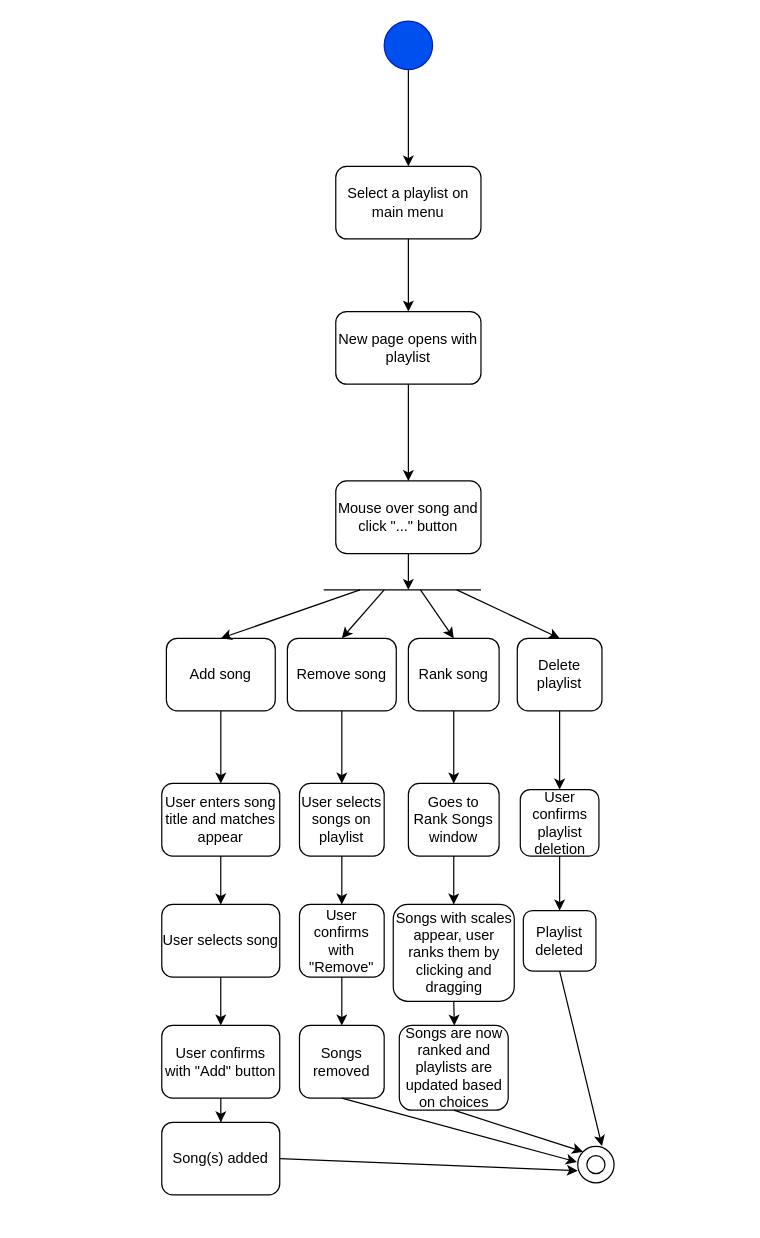
stpilks99/moodipy keeps this draw.io diagram as Diagrams/Activity/activity_GUI_edit_playlist.drawio. Above is the earlier version. Source tidied: cells renumbered, new cells numbered last; positions are measured from the earlier drawing's top-left corner, leaving out a move shared by most shapes. Both pictures are drawn from the tidied source at 121%, with x=0, y=0 at pixel (161, 21).
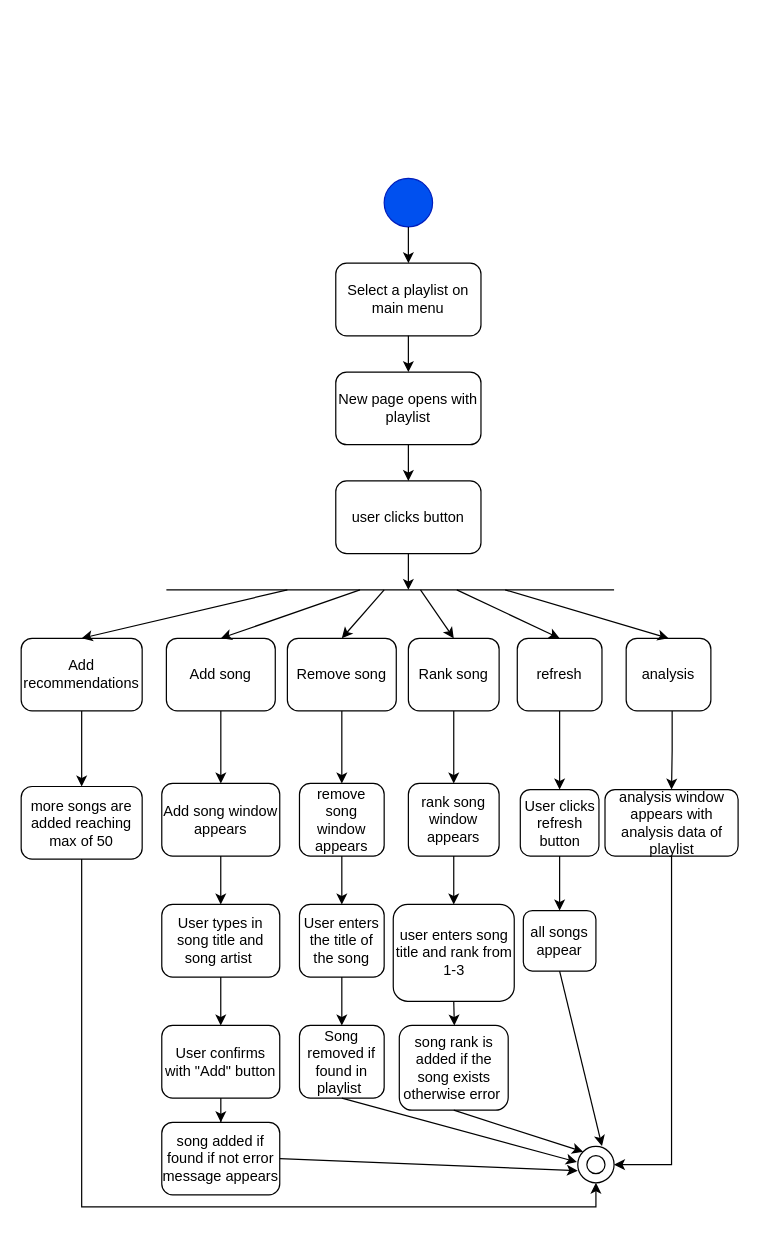
The same diagram, later.

Unchanged cells that the change refers to:
```xml
<mxCell id="43" style="ellipse;whiteSpace=wrap;html=1;" parent="1" vertex="1">
  <mxGeometry x="344" y="930" width="30" height="30" as="geometry" />
</mxCell>
```

Diff of the diagram source:
```diff
@@
     <mxCell id="2" style="ellipse;whiteSpace=wrap;html=1;fillColor=#0050ef;strokeColor=#001DBC;fontColor=#ffffff;" parent="1" vertex="1">
-      <mxGeometry x="184" width="40" height="40" as="geometry" />
+      <mxGeometry x="184" y="130" width="40" height="40" as="geometry" />
     </mxCell>
-    <mxCell id="3" style="endArrow=classic;html=1;exitX=0.5;exitY=1;exitDx=0;exitDy=0;" parent="1" edge="1" source="2">
-      <mxGeometry relative="1" as="geometry">
-        <mxPoint x="204" y="120" as="targetPoint" />
-      </mxGeometry>
+    <mxCell id="3" style="endArrow=classic;html=1;exitX=0.5;exitY=1;exitDx=0;exitDy=0;entryX=0.5;entryY=0;entryDx=0;entryDy=0;" parent="1" edge="1" source="2" target="4">
+      <mxGeometry relative="1" as="geometry" />
     </mxCell>
     <mxCell id="4" value="Select a playlist on main menu" style="rounded=1;whiteSpace=wrap;html=1;" parent="1" vertex="1">
-      <mxGeometry x="144" y="120" width="120" height="60" as="geometry" />
+      <mxGeometry x="144" y="200" width="120" height="60" as="geometry" />
     </mxCell>
-    <mxCell id="5" style="endArrow=classic;html=1;exitX=0.5;exitY=1;exitDx=0;exitDy=0;" parent="1" edge="1" source="4">
-      <mxGeometry relative="1" as="geometry">
-        <mxPoint x="204" y="240" as="targetPoint" />
-      </mxGeometry>
+    <mxCell id="5" style="endArrow=classic;html=1;exitX=0.5;exitY=1;exitDx=0;exitDy=0;entryX=0.5;entryY=0;entryDx=0;entryDy=0;" parent="1" edge="1" source="4" target="7">
+      <mxGeometry relative="1" as="geometry" />
     </mxCell>
@@
     <mxCell id="7" value="New page opens with playlist" style="rounded=1;whiteSpace=wrap;html=1;" parent="1" vertex="1">
-      <mxGeometry x="144" y="240" width="120" height="60" as="geometry" />
+      <mxGeometry x="144" y="290" width="120" height="60" as="geometry" />
     </mxCell>
-    <mxCell id="8" value="Mouse over song and click &quot;...&quot; button" style="rounded=1;whiteSpace=wrap;html=1;" parent="1" vertex="1">
+    <mxCell id="8" value="user clicks button" style="rounded=1;whiteSpace=wrap;html=1;" parent="1" vertex="1">
       <mxGeometry x="144" y="380" width="120" height="60" as="geometry" />
     </mxCell>
@@
     <mxCell id="11" style="endArrow=none;html=1;" parent="1" edge="1">
       <mxGeometry relative="1" as="geometry">
-        <mxPoint x="134" y="470" as="sourcePoint" />
-        <mxPoint x="264" y="470" as="targetPoint" />
+        <mxPoint x="4" y="470" as="sourcePoint" />
+        <mxPoint x="374" y="470" as="targetPoint" />
       </mxGeometry>
     </mxCell>
@@
-    <mxCell id="19" value="Goes to Rank Songs window" style="rounded=1;whiteSpace=wrap;html=1;" parent="1" vertex="1">
+    <mxCell id="19" value="rank song window appears" style="rounded=1;whiteSpace=wrap;html=1;" parent="1" vertex="1">
       <mxGeometry x="204" y="630" width="75" height="60" as="geometry" />
     </mxCell>
-    <mxCell id="20" value="Songs with scales appear, user ranks them by clicking and dragging" style="rounded=1;whiteSpace=wrap;html=1;" parent="1" vertex="1">
+    <mxCell id="20" value="user enters song title and rank from 1-3" style="rounded=1;whiteSpace=wrap;html=1;" parent="1" vertex="1">
       <mxGeometry x="191.5" y="730" width="100" height="80" as="geometry" />
     </mxCell>
-    <mxCell id="21" value="Delete playlist" style="rounded=1;whiteSpace=wrap;html=1;" parent="1" vertex="1">
+    <mxCell id="21" value="refresh" style="rounded=1;whiteSpace=wrap;html=1;" parent="1" vertex="1">
       <mxGeometry x="294" y="510" width="70" height="60" as="geometry" />
     </mxCell>
@@
-    <mxCell id="25" value="User enters song title and matches appear" style="rounded=1;whiteSpace=wrap;html=1;" parent="1" vertex="1">
+    <mxCell id="25" value="Add song window appears" style="rounded=1;whiteSpace=wrap;html=1;" parent="1" vertex="1">
       <mxGeometry x="0.2" y="630" width="97.5" height="60" as="geometry" />
     </mxCell>
@@
-    <mxCell id="27" value="User selects song " style="rounded=1;whiteSpace=wrap;html=1;" parent="1" vertex="1">
+    <mxCell id="27" value="User types in song title and song artist&amp;nbsp;" style="rounded=1;whiteSpace=wrap;html=1;" parent="1" vertex="1">
       <mxGeometry x="0.2" y="730" width="97.5" height="60" as="geometry" />
     </mxCell>
@@
-    <mxCell id="30" value="Song(s) added" style="rounded=1;whiteSpace=wrap;html=1;" parent="1" vertex="1">
+    <mxCell id="30" value="song added if found if not error message appears" style="rounded=1;whiteSpace=wrap;html=1;" parent="1" vertex="1">
       <mxGeometry x="0.2" y="910" width="97.5" height="60" as="geometry" />
     </mxCell>
@@
-    <mxCell id="32" value="User selects songs on playlist" style="rounded=1;whiteSpace=wrap;html=1;" parent="1" vertex="1">
+    <mxCell id="32" value="remove song window appears" style="rounded=1;whiteSpace=wrap;html=1;" parent="1" vertex="1">
       <mxGeometry x="114" y="630" width="70" height="60" as="geometry" />
     </mxCell>
@@
-    <mxCell id="34" value="User confirms with &quot;Remove&quot;" style="rounded=1;whiteSpace=wrap;html=1;" parent="1" vertex="1">
+    <mxCell id="34" value="User enters the title of the song" style="rounded=1;whiteSpace=wrap;html=1;" parent="1" vertex="1">
       <mxGeometry x="114" y="730" width="70" height="60" as="geometry" />
     </mxCell>
-    <mxCell id="35" value="Songs removed" style="rounded=1;whiteSpace=wrap;html=1;" parent="1" vertex="1">
+    <mxCell id="35" value="Song removed if found in playlist&amp;nbsp;" style="rounded=1;whiteSpace=wrap;html=1;" parent="1" vertex="1">
       <mxGeometry x="114" y="830" width="70" height="60" as="geometry" />
     </mxCell>
@@
-    <mxCell id="38" value="Songs are now ranked and playlists are updated based on choices" style="rounded=1;whiteSpace=wrap;html=1;" parent="1" vertex="1">
+    <mxCell id="38" value="song rank is added if the song exists otherwise error&amp;nbsp;" style="rounded=1;whiteSpace=wrap;html=1;" parent="1" vertex="1">
       <mxGeometry x="196.5" y="830" width="90" height="70" as="geometry" />
     </mxCell>
@@
-    <mxCell id="40" value="User confirms playlist deletion" style="rounded=1;whiteSpace=wrap;html=1;" parent="1" vertex="1">
+    <mxCell id="40" value="User clicks refresh button" style="rounded=1;whiteSpace=wrap;html=1;" parent="1" vertex="1">
       <mxGeometry x="296.5" y="635" width="65" height="55" as="geometry" />
     </mxCell>
-    <mxCell id="41" value="Playlist deleted" style="rounded=1;whiteSpace=wrap;html=1;" parent="1" vertex="1">
+    <mxCell id="41" value="all songs appear" style="rounded=1;whiteSpace=wrap;html=1;" parent="1" vertex="1">
       <mxGeometry x="299" y="735" width="60" height="50" as="geometry" />
     </mxCell>
@@
+    <mxCell id="49" style="edgeStyle=orthogonalEdgeStyle;rounded=0;jettySize=auto;html=1;entryX=0.5;entryY=0;entryDx=0;entryDy=0;" parent="1" edge="1" source="50" target="53">
+      <mxGeometry relative="1" as="geometry">
+        <Array as="points">
+          <mxPoint x="422" y="603" />
+          <mxPoint x="422" y="603" />
+        </Array>
+      </mxGeometry>
+    </mxCell>
+    <mxCell id="50" value="analysis" style="rounded=1;whiteSpace=wrap;html=1;" parent="1" vertex="1">
+      <mxGeometry x="384" y="510" width="70" height="60" as="geometry" />
+    </mxCell>
+    <mxCell id="51" style="endArrow=classic;html=1;entryX=0.5;entryY=0;entryDx=0;entryDy=0;" parent="1" edge="1">
+      <mxGeometry relative="1" as="geometry">
+        <mxPoint x="284" y="470" as="sourcePoint" />
+        <mxPoint x="419" y="510" as="targetPoint" />
+      </mxGeometry>
+    </mxCell>
+    <mxCell id="52" style="edgeStyle=orthogonalEdgeStyle;rounded=0;jettySize=auto;html=1;entryX=1;entryY=0.5;entryDx=0;entryDy=0;" parent="1" edge="1" source="53" target="43">
+      <mxGeometry relative="1" as="geometry" />
+    </mxCell>
+    <mxCell id="53" value="analysis window appears with analysis data of playlist" style="rounded=1;whiteSpace=wrap;html=1;" parent="1" vertex="1">
+      <mxGeometry x="366.5" y="635" width="110" height="55" as="geometry" />
+    </mxCell>
+    <mxCell id="54" style="edgeStyle=orthogonalEdgeStyle;rounded=0;jettySize=auto;html=1;" parent="1" edge="1" source="55" target="58">
+      <mxGeometry relative="1" as="geometry" />
+    </mxCell>
+    <mxCell id="55" value="Add recommendations" style="rounded=1;whiteSpace=wrap;html=1;" parent="1" vertex="1">
+      <mxGeometry x="-116" y="510" width="100" height="60" as="geometry" />
+    </mxCell>
+    <mxCell id="56" style="endArrow=classic;html=1;entryX=0.5;entryY=0;entryDx=0;entryDy=0;" parent="1" edge="1">
+      <mxGeometry relative="1" as="geometry">
+        <mxPoint x="104" y="470" as="sourcePoint" />
+        <mxPoint x="-66" y="510" as="targetPoint" />
+      </mxGeometry>
+    </mxCell>
+    <mxCell id="57" style="edgeStyle=orthogonalEdgeStyle;rounded=0;jettySize=auto;html=1;entryX=0.5;entryY=1;entryDx=0;entryDy=0;" parent="1" edge="1" source="58" target="43">
+      <mxGeometry relative="1" as="geometry">
+        <Array as="points">
+          <mxPoint x="-66" y="980" />
+          <mxPoint x="359" y="980" />
+        </Array>
+      </mxGeometry>
+    </mxCell>
+    <mxCell id="58" value="more songs are added reaching max of 50" style="rounded=1;whiteSpace=wrap;html=1;" parent="1" vertex="1">
+      <mxGeometry x="-116" y="632.5" width="100" height="60" as="geometry" />
+    </mxCell>
```
